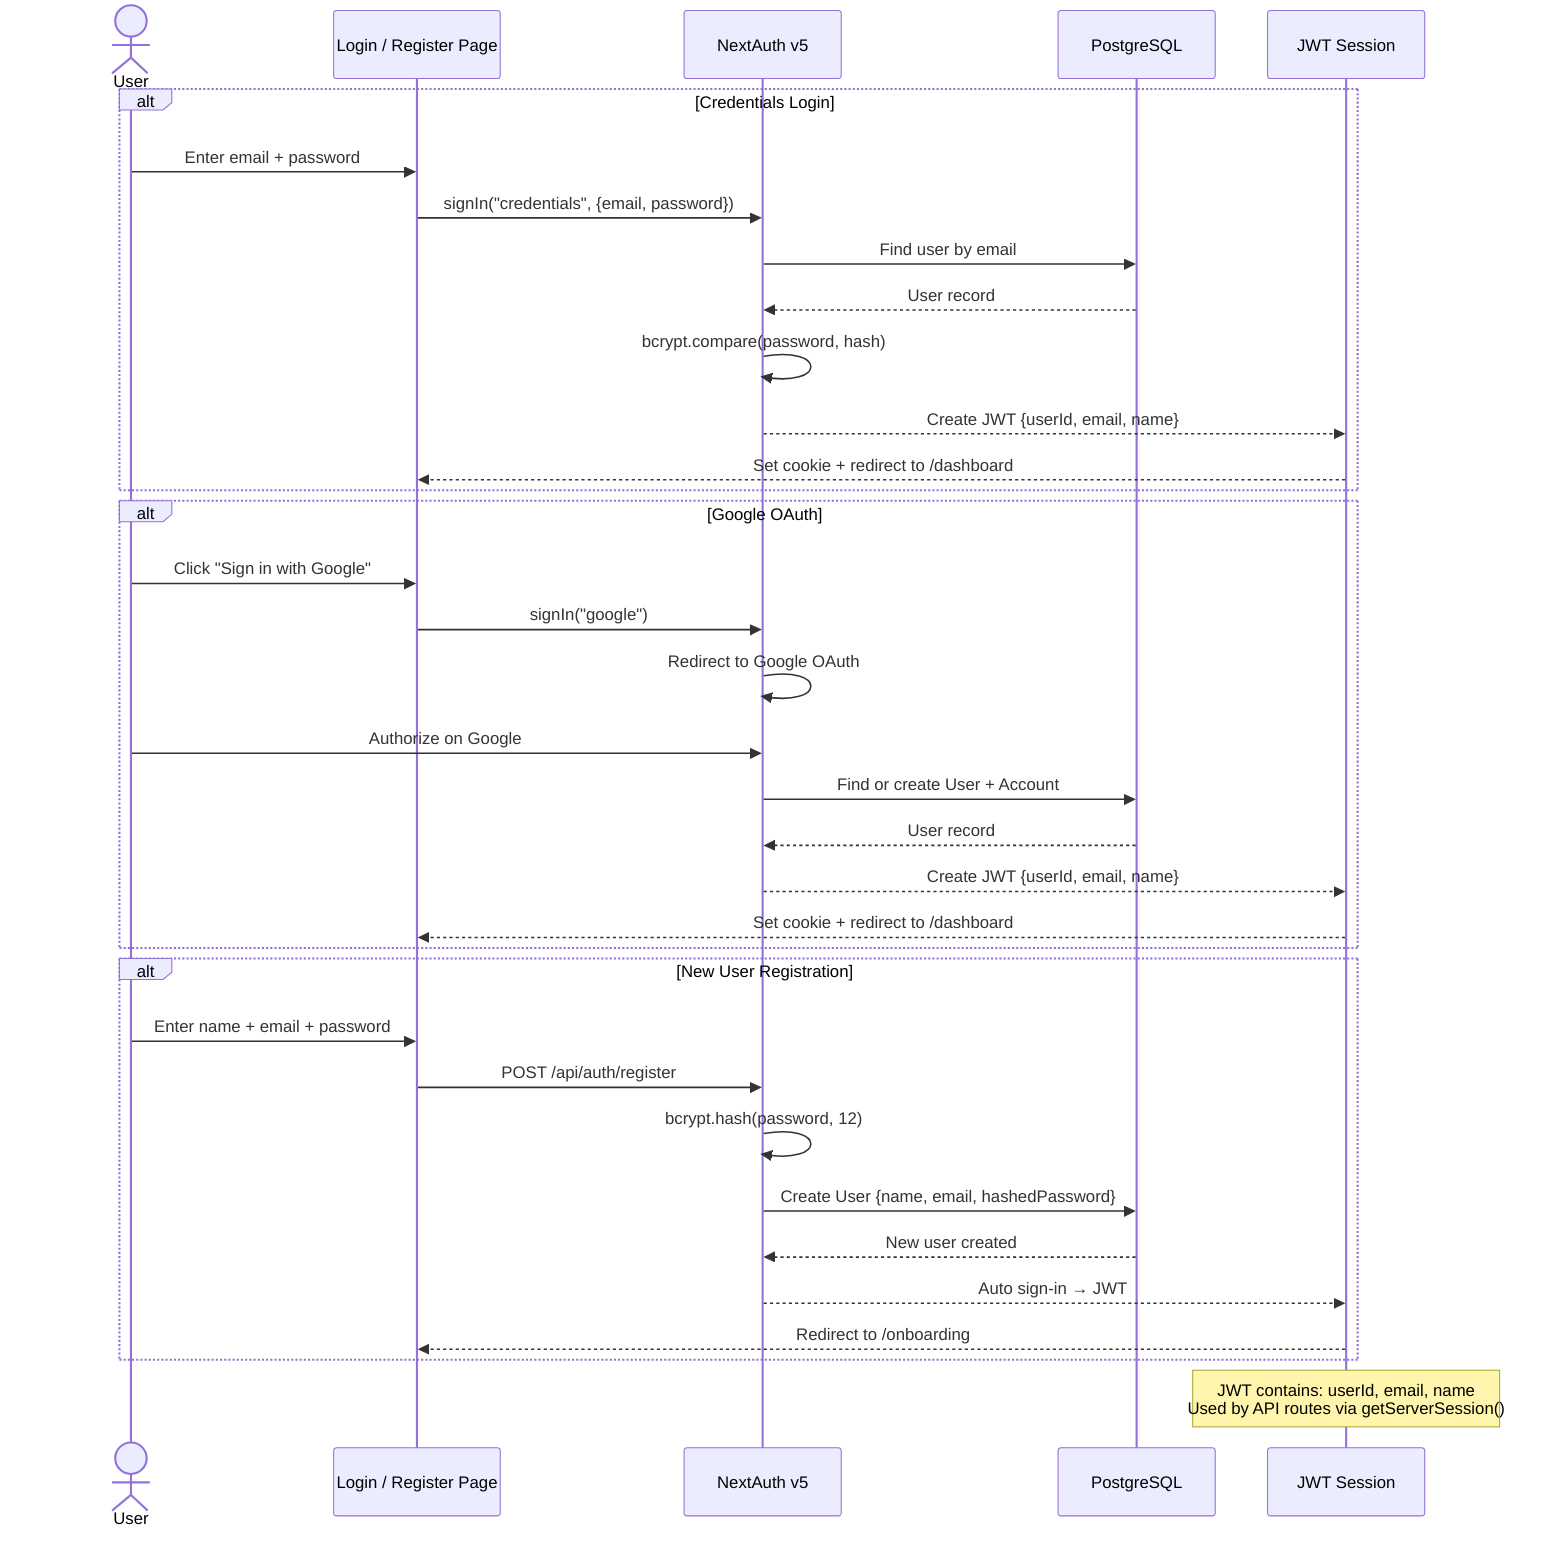
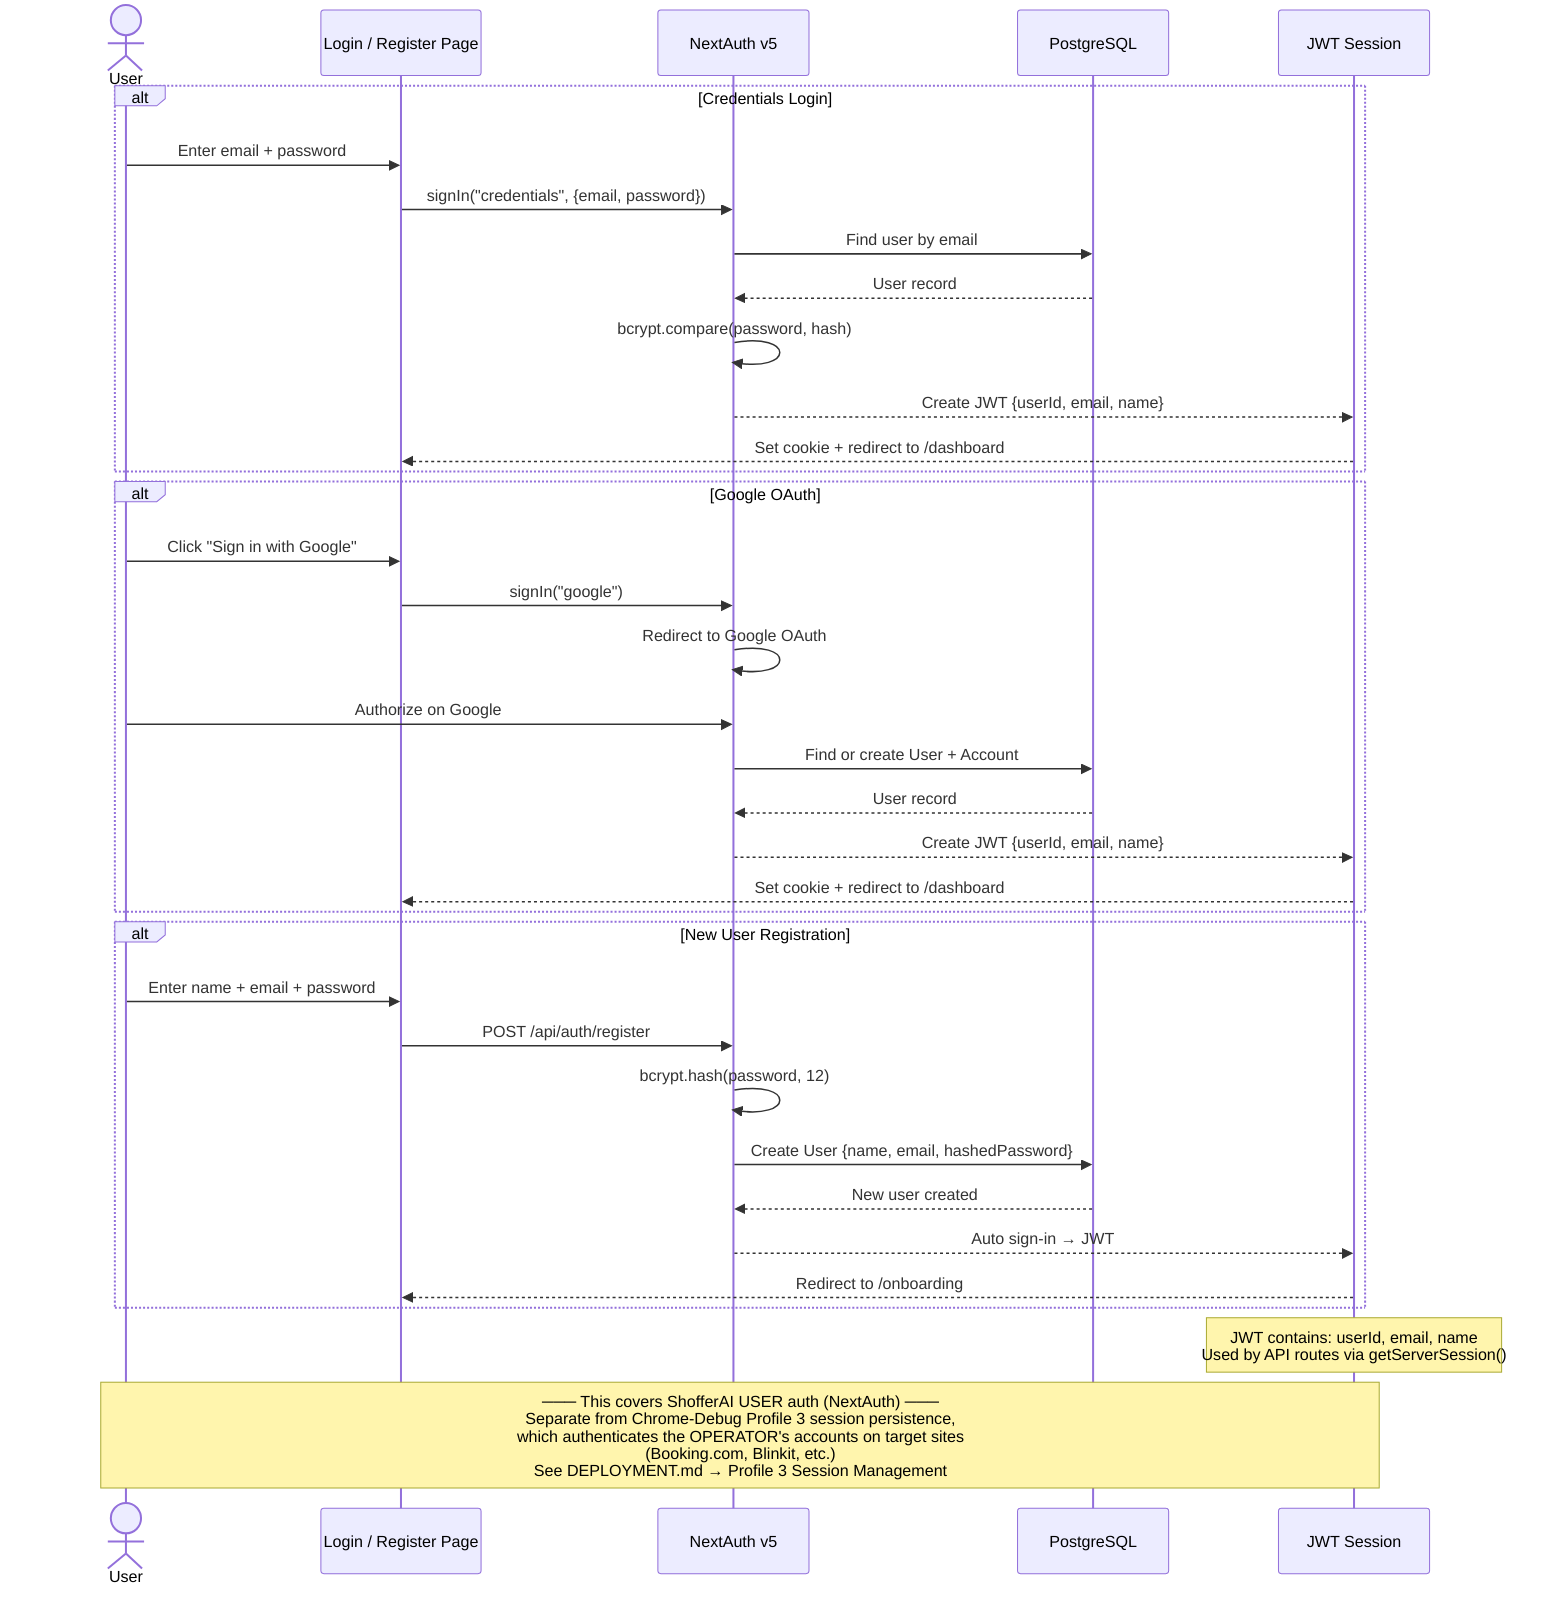
sequenceDiagram
    actor User
    participant UI as Login / Register Page
    participant Auth as NextAuth v5
    participant DB as PostgreSQL
    participant Session as JWT Session

    alt Credentials Login
        User->>UI: Enter email + password
        UI->>Auth: signIn("credentials", {email, password})
        Auth->>DB: Find user by email
        DB-->>Auth: User record
        Auth->>Auth: bcrypt.compare(password, hash)
        Auth-->>Session: Create JWT {userId, email, name}
        Session-->>UI: Set cookie + redirect to /dashboard
    end

    alt Google OAuth
        User->>UI: Click "Sign in with Google"
        UI->>Auth: signIn("google")
        Auth->>Auth: Redirect to Google OAuth
        User->>Auth: Authorize on Google
        Auth->>DB: Find or create User + Account
        DB-->>Auth: User record
        Auth-->>Session: Create JWT {userId, email, name}
        Session-->>UI: Set cookie + redirect to /dashboard
    end

    alt New User Registration
        User->>UI: Enter name + email + password
        UI->>Auth: POST /api/auth/register
        Auth->>Auth: bcrypt.hash(password, 12)
        Auth->>DB: Create User {name, email, hashedPassword}
        DB-->>Auth: New user created
        Auth-->>Session: Auto sign-in → JWT
        Session-->>UI: Redirect to /onboarding
    end

    Note over Session: JWT contains: userId, email, name<br/>Used by API routes via getServerSession()
+ 
+     Note over User,Session: ─── This covers ShofferAI USER auth (NextAuth) ───<br/>Separate from Chrome-Debug Profile 3 session persistence,<br/>which authenticates the OPERATOR's accounts on target sites<br/>(Booking.com, Blinkit, etc.)<br/>See DEPLOYMENT.md → Profile 3 Session Management
